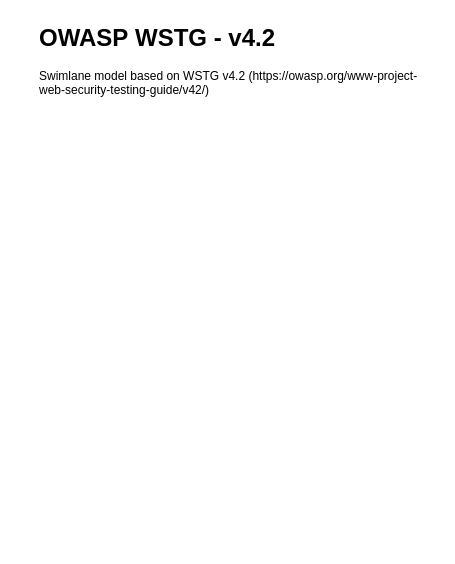
Above: OWASP_WSTG-v4.2.drawio in a20sarle/owasp (draw.io), before the change. Source tidied: cells renumbered, new cells numbered last; positions are measured from the earlier drawing's top-left corner, leaving out a move shared by most shapes. Both pictures are drawn from the tidied source at 100%, with x=0, y=0 at pixel (37, 17).
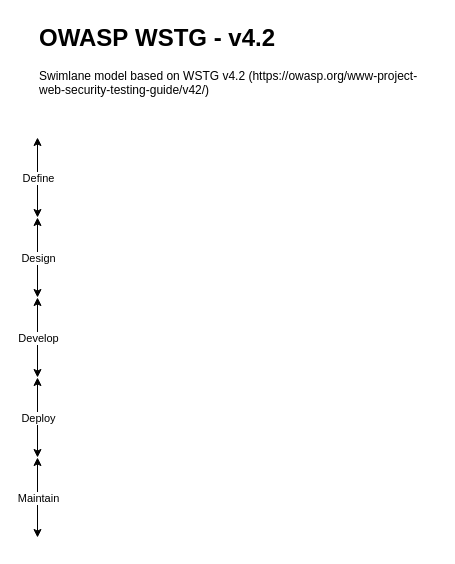
After the change.

Commit message:
Added generic SDLC model phases

The edit, as a diff of the source:
```diff
@@
+    <mxCell id="3" style="endArrow=classic;startArrow=classic;html=1;" parent="1" edge="1">
+      <mxGeometry relative="1" as="geometry">
+        <mxPoint y="200" as="sourcePoint" />
+        <mxPoint y="120" as="targetPoint" />
+      </mxGeometry>
+    </mxCell>
+    <mxCell id="4" value="Define" style="edgeLabel;html=1;align=center;verticalAlign=middle;" parent="3" vertex="1">
+      <mxGeometry x="0.05" y="-4" relative="1" as="geometry">
+        <mxPoint x="-4" y="2" as="offset" />
+      </mxGeometry>
+    </mxCell>
+    <mxCell id="5" style="endArrow=classic;startArrow=classic;html=1;" parent="1" edge="1">
+      <mxGeometry relative="1" as="geometry">
+        <mxPoint y="280" as="sourcePoint" />
+        <mxPoint y="200" as="targetPoint" />
+      </mxGeometry>
+    </mxCell>
+    <mxCell id="6" value="Design" style="edgeLabel;html=1;align=center;verticalAlign=middle;" parent="5" vertex="1">
+      <mxGeometry x="0.05" y="-4" relative="1" as="geometry">
+        <mxPoint x="-4" y="2" as="offset" />
+      </mxGeometry>
+    </mxCell>
+    <mxCell id="7" style="endArrow=classic;startArrow=classic;html=1;" parent="1" edge="1">
+      <mxGeometry relative="1" as="geometry">
+        <mxPoint y="360" as="sourcePoint" />
+        <mxPoint y="280" as="targetPoint" />
+      </mxGeometry>
+    </mxCell>
+    <mxCell id="8" value="Develop" style="edgeLabel;html=1;align=center;verticalAlign=middle;" parent="7" vertex="1">
+      <mxGeometry x="0.05" y="-4" relative="1" as="geometry">
+        <mxPoint x="-4" y="2" as="offset" />
+      </mxGeometry>
+    </mxCell>
+    <mxCell id="9" style="endArrow=classic;startArrow=classic;html=1;" parent="1" edge="1">
+      <mxGeometry relative="1" as="geometry">
+        <mxPoint y="440" as="sourcePoint" />
+        <mxPoint y="360" as="targetPoint" />
+      </mxGeometry>
+    </mxCell>
+    <mxCell id="10" value="Deploy" style="edgeLabel;html=1;align=center;verticalAlign=middle;" parent="9" vertex="1">
+      <mxGeometry x="0.05" y="-4" relative="1" as="geometry">
+        <mxPoint x="-4" y="2" as="offset" />
+      </mxGeometry>
+    </mxCell>
+    <mxCell id="11" style="endArrow=classic;startArrow=classic;html=1;" parent="1" edge="1">
+      <mxGeometry relative="1" as="geometry">
+        <mxPoint y="520" as="sourcePoint" />
+        <mxPoint y="440" as="targetPoint" />
+      </mxGeometry>
+    </mxCell>
+    <mxCell id="12" value="Maintain" style="edgeLabel;html=1;align=center;verticalAlign=middle;" parent="11" vertex="1">
+      <mxGeometry x="0.05" y="-4" relative="1" as="geometry">
+        <mxPoint x="-4" y="2" as="offset" />
+      </mxGeometry>
+    </mxCell>
```
